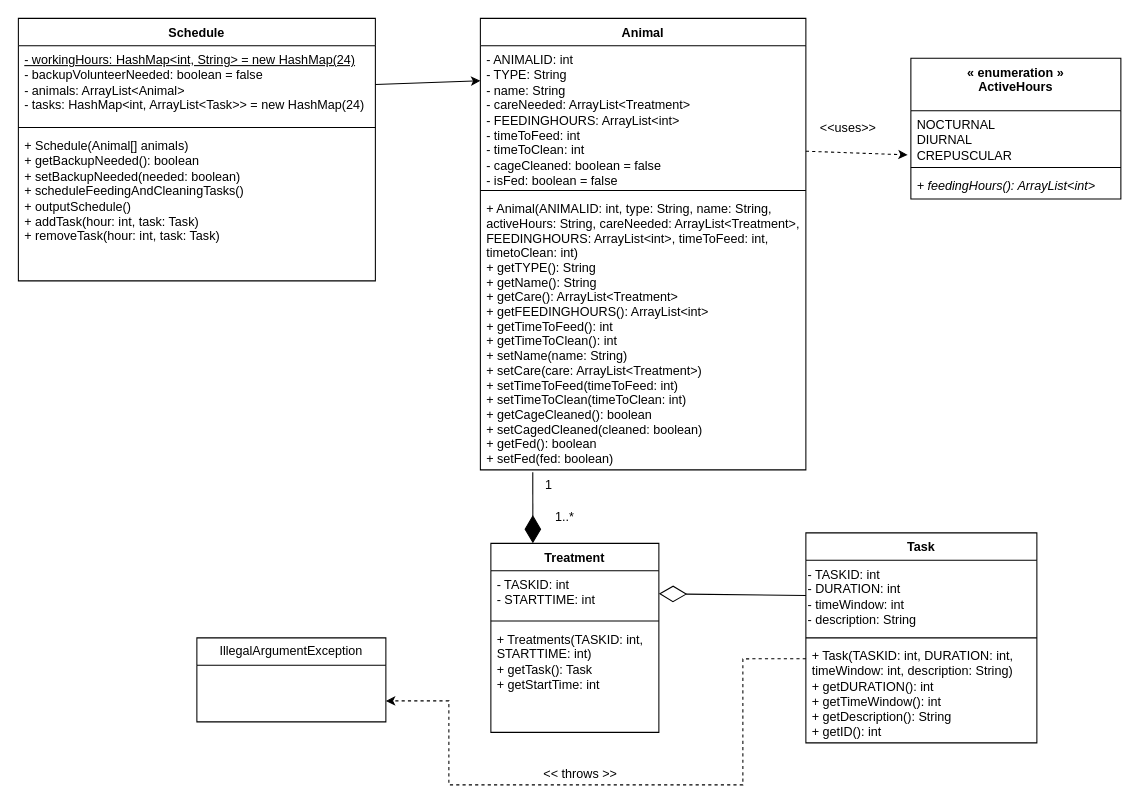
This is 64.drawio from aryan-karadia/Mock-Schedule-Builder, a draw.io file, before an edit. Source tidied: cells renumbered, new cells numbered last; positions are measured from the earlier drawing's top-left corner, leaving out a move shared by most shapes. Both pictures are drawn from the tidied source at 105%, with x=0, y=0 at pixel (18, 18).
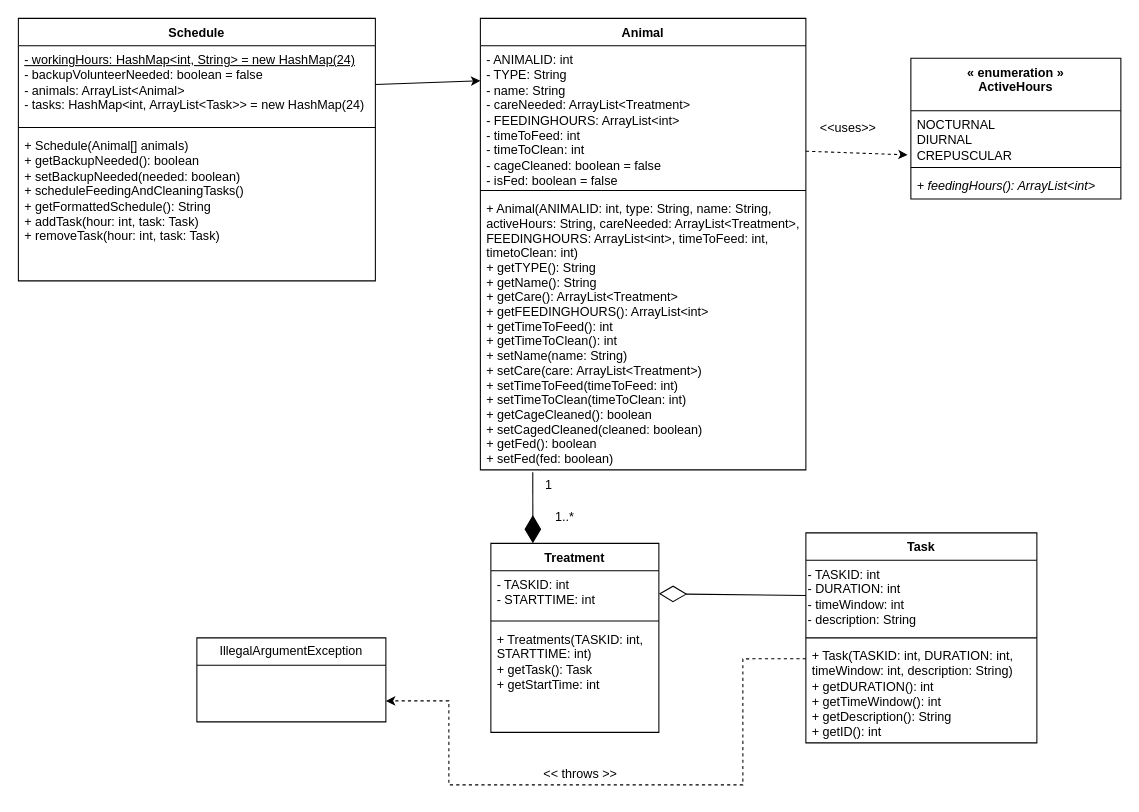
The same page after the edit.

Commit message:
Schedule class: Changed the outputSchedule() method to return a formatted string instead of printing the schedule to the console

The change refers to these unchanged cells:
```xml
<mxCell id="24" value="Schedule" style="swimlane;fontStyle=1;align=center;verticalAlign=top;horizontal=1;startSize=26;whiteSpace=wrap;html=1;" parent="1" vertex="1">
  <mxGeometry width="340" height="250" as="geometry" />
</mxCell>
```

Diff of the diagram source:
```diff
@@
-    <mxCell id="27" value="+ Schedule(Animal[] animals)&lt;br&gt;+ getBackupNeeded(): boolean&lt;br&gt;+ setBackupNeeded(needed: boolean)&lt;br&gt;+ scheduleFeedingAndCleaningTasks()&lt;br&gt;+ outputSchedule()&lt;br&gt;+ addTask(hour: int, task: Task)&lt;br&gt;+ removeTask(hour: int, task: Task)" style="text;strokeColor=none;fillColor=none;align=left;verticalAlign=top;spacingLeft=4;spacingRight=4;overflow=hidden;whiteSpace=wrap;html=1;" parent="24" vertex="1">
+    <mxCell id="27" value="+ Schedule(Animal[] animals)&lt;br&gt;+ getBackupNeeded(): boolean&lt;br&gt;+ setBackupNeeded(needed: boolean)&lt;br&gt;+ scheduleFeedingAndCleaningTasks()&lt;br&gt;+ getFormattedSchedule(): String&lt;br&gt;+ addTask(hour: int, task: Task)&lt;br&gt;+ removeTask(hour: int, task: Task)" style="text;strokeColor=none;fillColor=none;align=left;verticalAlign=top;spacingLeft=4;spacingRight=4;overflow=hidden;whiteSpace=wrap;html=1;" parent="24" vertex="1">
       <mxGeometry y="108" width="340" height="142" as="geometry" />
     </mxCell>
```
